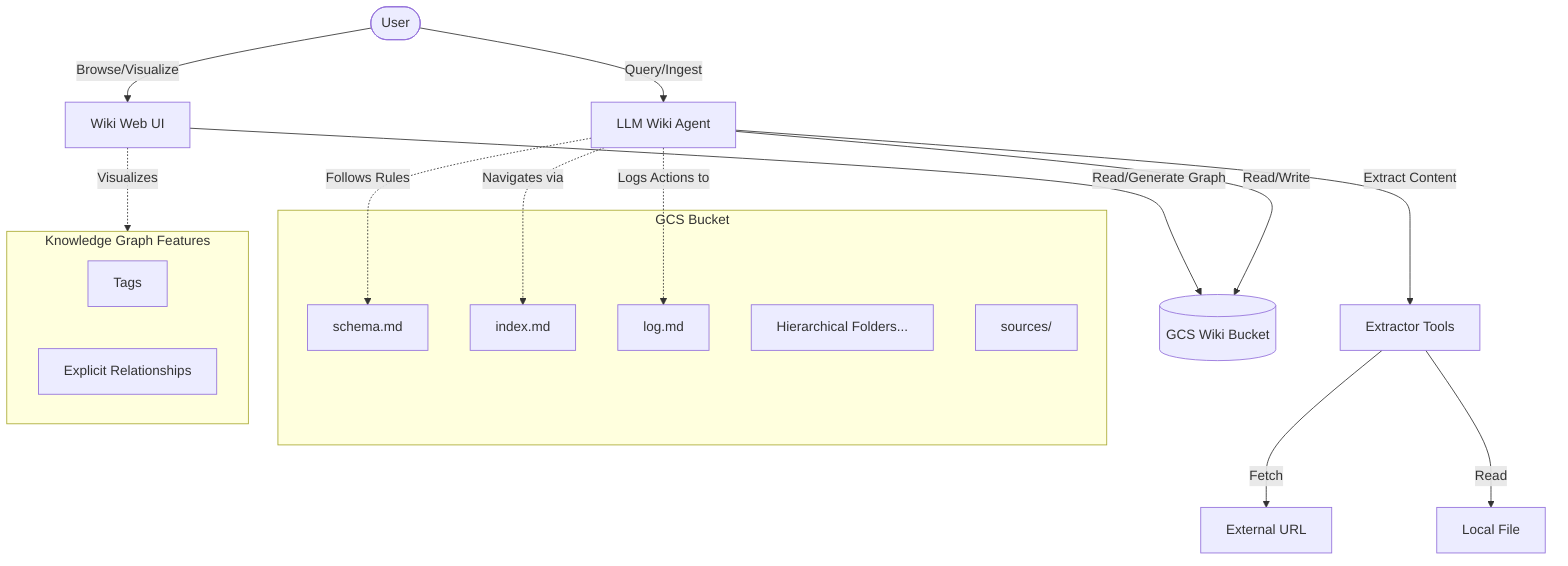
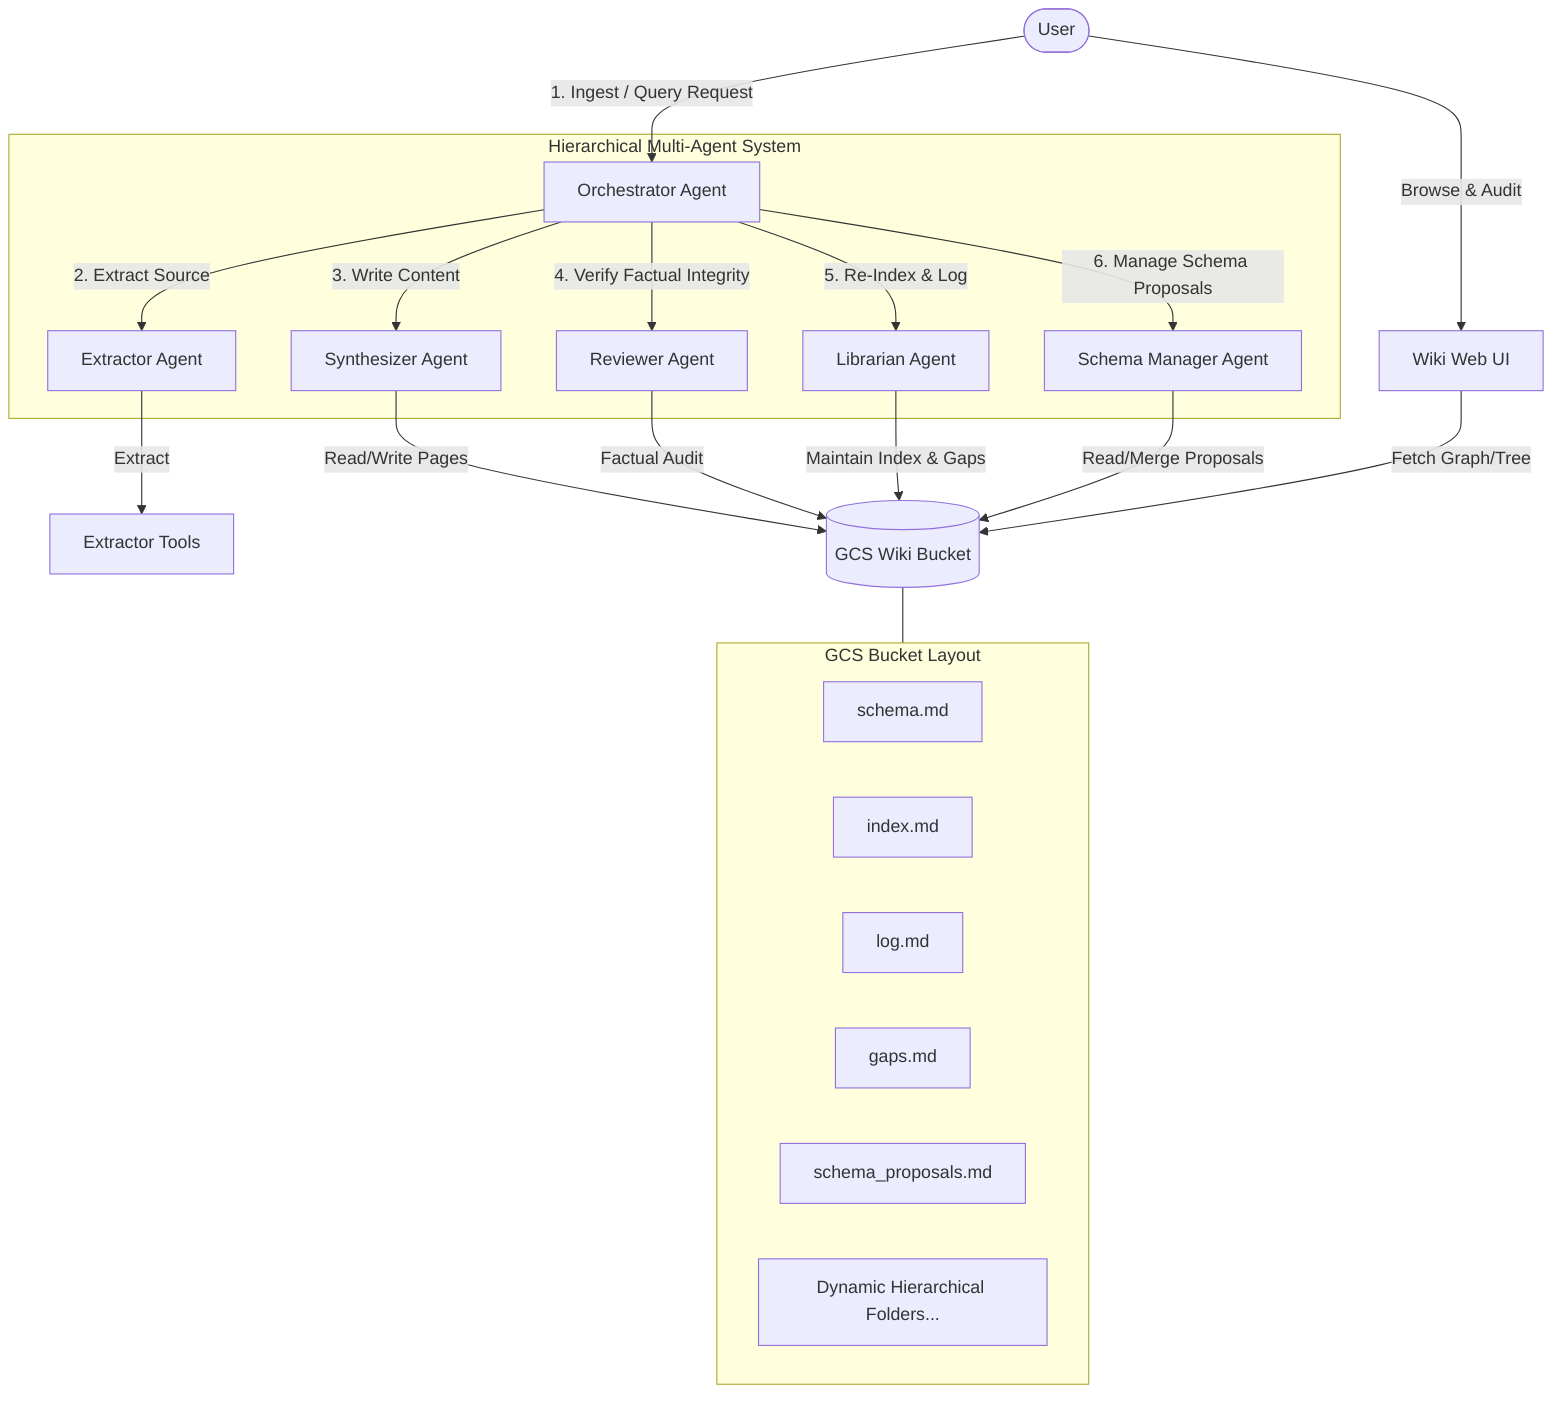
graph TD
-     User([User]) -->|Query/Ingest| Agent[LLM Wiki Agent]
-     User -->|Browse/Visualize| UI[Wiki Web UI]
-     Agent -->|Read/Write| GCS[(GCS Wiki Bucket)]
-     UI -->|Read/Generate Graph| GCS
-     Agent -->|Extract Content| Ext[Extractor Tools]
-     Ext -->|Fetch| Web[External URL]
-     Ext -->|Read| File[Local File]
+     User([User]) -->|1. Ingest / Query Request| Orch[Orchestrator Agent]
+     User -->|Browse & Audit| UI[Wiki Web UI]

-     subgraph GCS Bucket
+     subgraph multi_agent ["Hierarchical Multi-Agent System"]
+         Orch -->|2. Extract Source| Ext[Extractor Agent]
+         Orch -->|3. Write Content| Synth[Synthesizer Agent]
+         Orch -->|4. Verify Factual Integrity| Rev[Reviewer Agent]
+         Orch -->|5. Re-Index & Log| Lib[Librarian Agent]
+         Orch -->|6. Manage Schema Proposals| SchemaMgr[Schema Manager Agent]
+     end
+ 
+     Ext -->|Extract| ExtTools[Extractor Tools]
+     Synth -->|Read/Write Pages| GCS[(GCS Wiki Bucket)]
+     Rev -->|Factual Audit| GCS
+     Lib -->|Maintain Index & Gaps| GCS
+     SchemaMgr -->|Read/Merge Proposals| GCS
+ 
+     UI -->|Fetch Graph/Tree| GCS
+ 
+     subgraph gcs_bucket ["GCS Bucket Layout"]
        schema[schema.md]
        index[index.md]
        log[log.md]
-         folders[Hierarchical Folders...]
-         sources[sources/]
+         gaps[gaps.md]
+         proposals[schema_proposals.md]
+         hierarchy[Dynamic Hierarchical Folders...]
    end

-     Agent -.->|Follows Rules| schema
-     Agent -.->|Navigates via| index
-     Agent -.->|Logs Actions to| log
- 
-     subgraph KGF [Knowledge Graph Features]
-         Tags[Tags]
-         Rels[Explicit Relationships]
-     end
- 
-     UI -.->|Visualizes| KGF+     GCS --- gcs_bucket